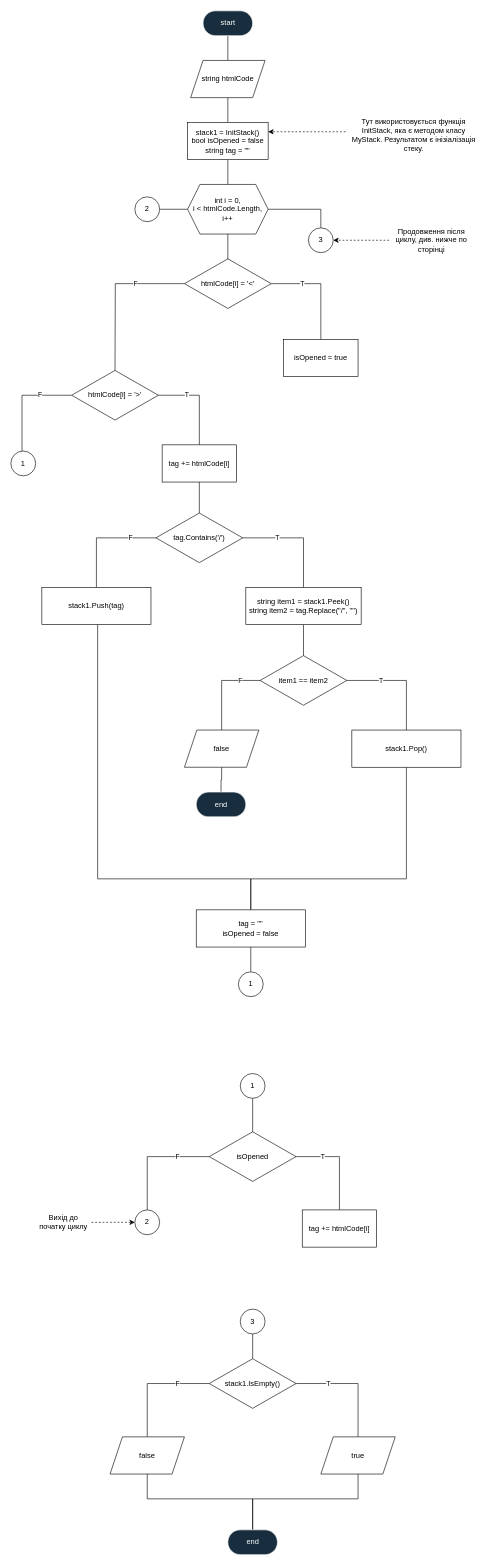
The draw.io diagram page "Основне завдання" (1 of 3) of lab6/Lab 6.drawio in RoadToPTU/ads-silkin-kp13, before the edit. Source tidied: cells renumbered, new cells numbered last; positions are measured from the earlier drawing's top-left corner, leaving out a move shared by most shapes. Both pictures are drawn from the tidied source at 62%, with x=0, y=0 at pixel (11, 11).
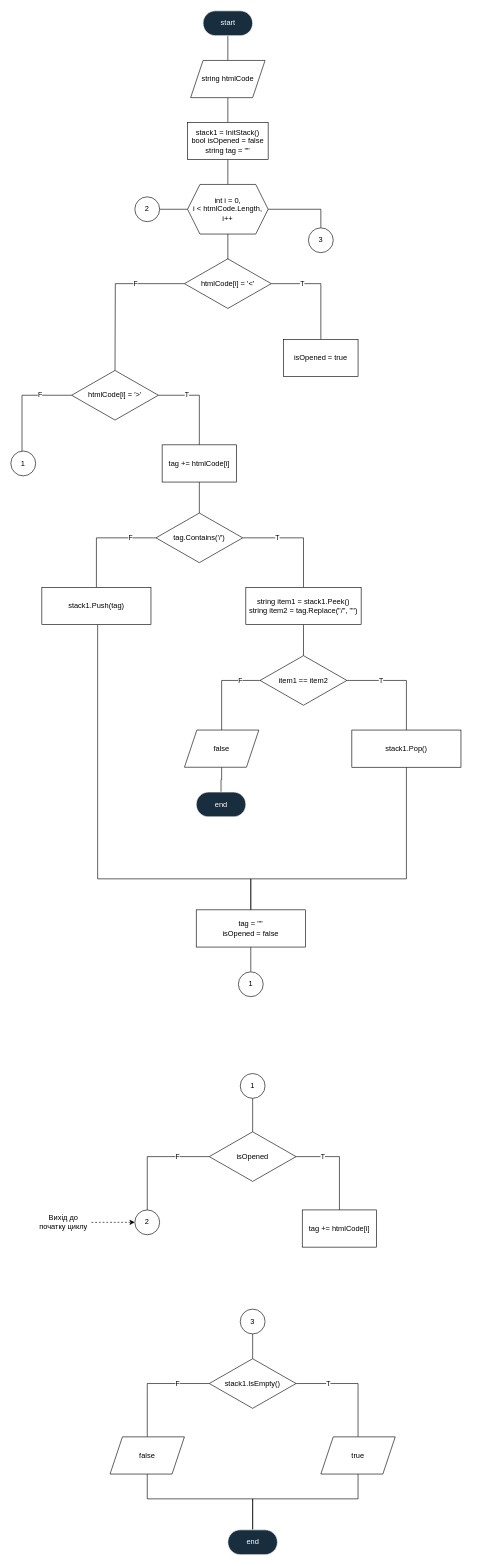
After the change.

The change refers to these unchanged cells:
```xml
<mxCell id="7" value="stack1 = InitStack()&lt;br&gt;bool isOpened = false&lt;br&gt;string tag = &quot;&quot;" style="rounded=0;whiteSpace=wrap;html=1;" parent="1" vertex="1">
  <mxGeometry x="285" y="180" width="130" height="60" as="geometry" />
</mxCell>
<mxCell id="47" value="3" style="ellipse;whiteSpace=wrap;html=1;" parent="1" vertex="1">
  <mxGeometry x="480" y="350" width="40" height="40" as="geometry" />
</mxCell>
```

Change to the diagram source:
```diff
@@
-    <mxCell id="8" style="edgeStyle=orthogonalEdgeStyle;rounded=0;jettySize=auto;html=1;endArrow=classic;endFill=1;dashed=1;entryX=1;entryY=0.25;entryDx=0;entryDy=0;" parent="1" edge="1" source="9" target="7">
-      <mxGeometry relative="1" as="geometry">
-        <Array as="points">
-          <mxPoint x="510" y="195" />
-          <mxPoint x="510" y="195" />
-        </Array>
-      </mxGeometry>
-    </mxCell>
-    <mxCell id="9" value="Тут використовується функція InitStack, яка є методом класу MyStack. Результатом є інізіалізація стеку." style="text;html=1;strokeColor=none;fillColor=none;align=center;verticalAlign=middle;whiteSpace=wrap;rounded=0;" parent="1" vertex="1">
-      <mxGeometry x="540" y="160" width="220" height="80" as="geometry" />
-    </mxCell>
@@
-    <mxCell id="50" style="edgeStyle=orthogonalEdgeStyle;rounded=0;jettySize=auto;html=1;dashed=1;endArrow=classic;endFill=1;entryX=1;entryY=0.5;entryDx=0;entryDy=0;" parent="1" edge="1" source="51" target="47">
-      <mxGeometry relative="1" as="geometry" />
-    </mxCell>
-    <mxCell id="51" value="Продовження після циклу, див. нижче по сторінці" style="text;html=1;strokeColor=none;fillColor=none;align=center;verticalAlign=middle;whiteSpace=wrap;rounded=0;" parent="1" vertex="1">
-      <mxGeometry x="610" y="330" width="137" height="80" as="geometry" />
-    </mxCell>
```
